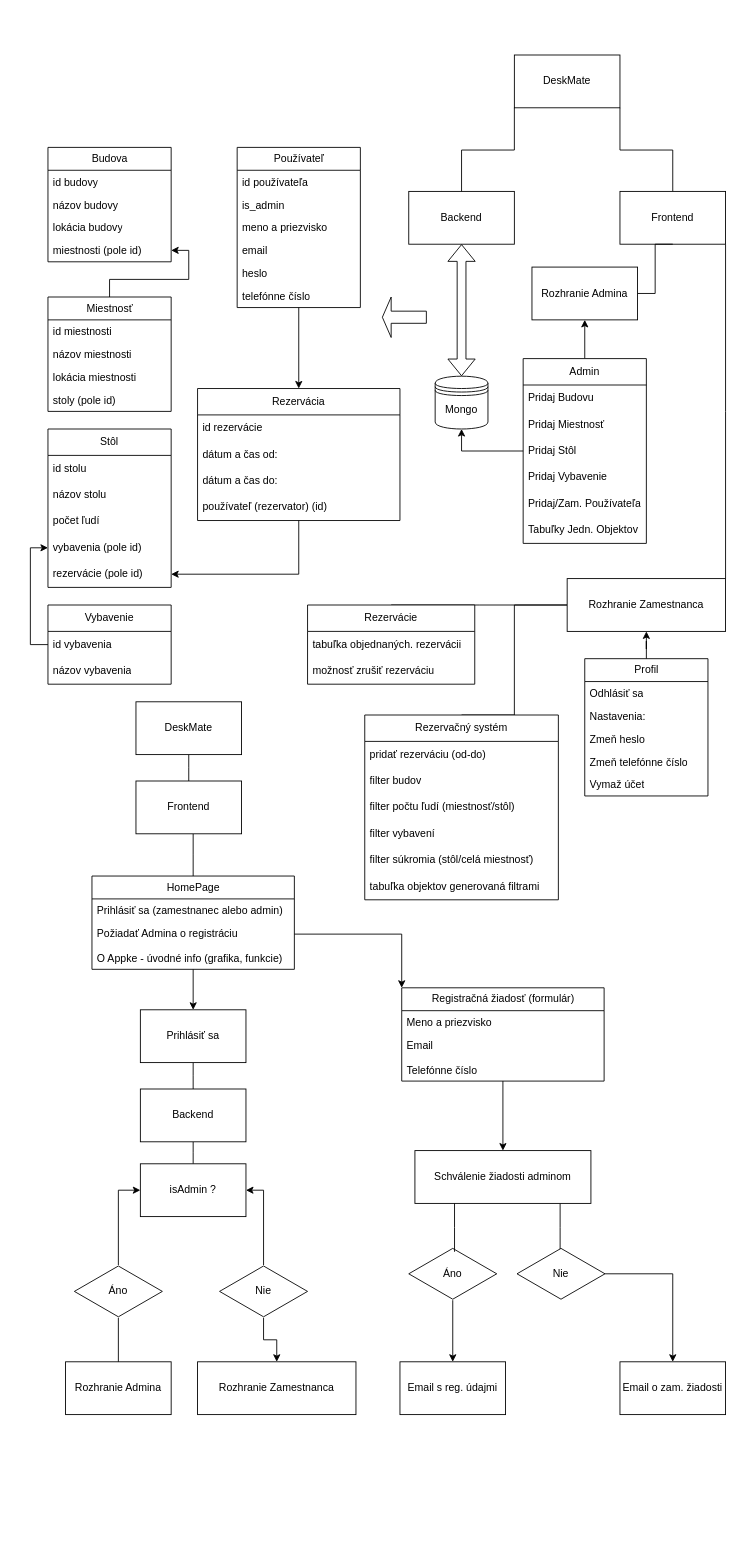
The draw.io diagram DeskMate.drawio in petocjshtml/DeskMate, before the edit. Source tidied: cells renumbered, new cells numbered last; positions are measured from the earlier drawing's top-left corner, leaving out a move shared by most shapes. Both pictures are drawn from the tidied source at 88%, with x=0, y=0 at pixel (48, 55).
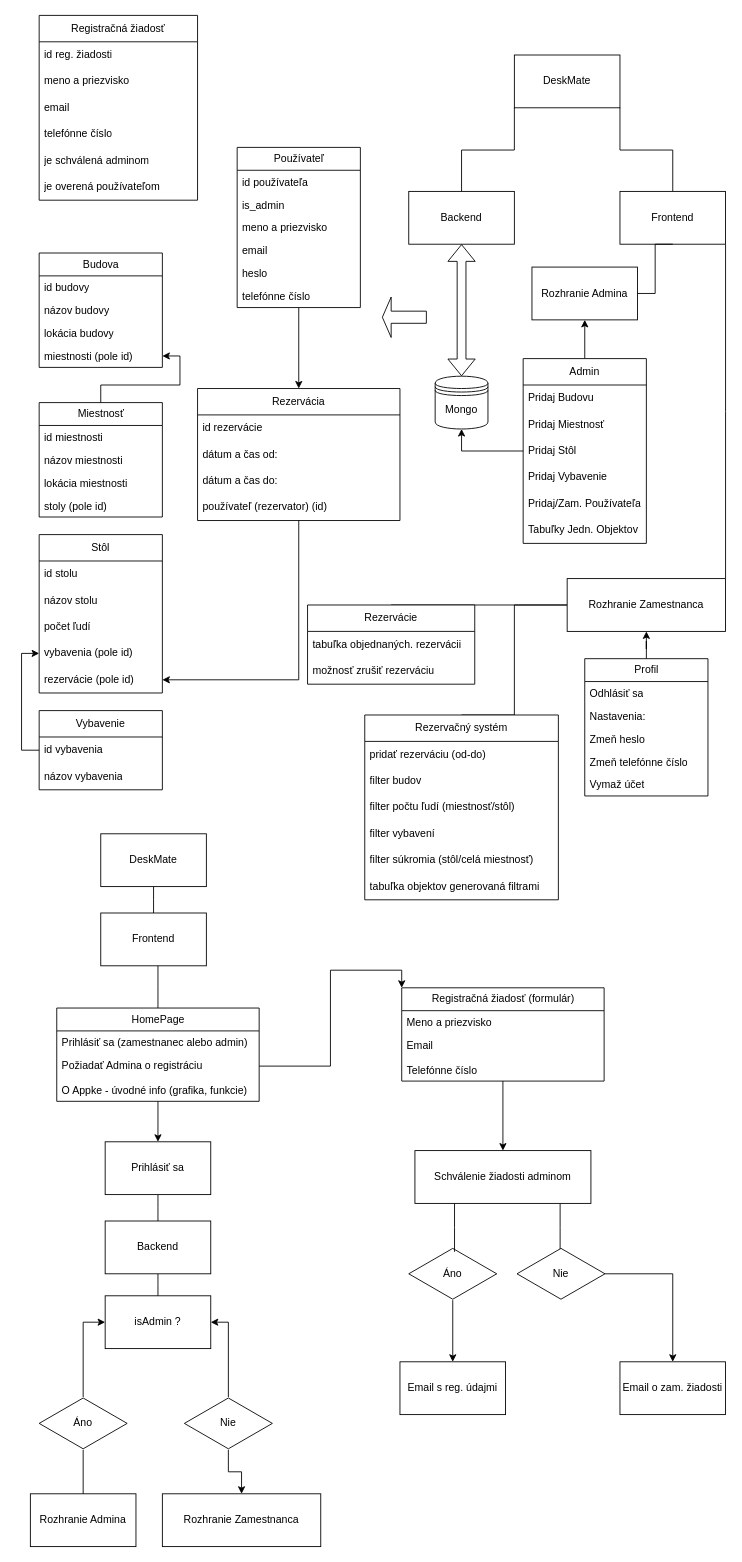
After the change.

Diff of the diagram source:
```diff
@@
     <mxCell id="23" value="Budova" style="swimlane;fontStyle=0;horizontal=1;startSize=26;fillColor=none;html=1;" parent="1" vertex="1">
-      <mxGeometry y="105" width="140" height="130" as="geometry" />
+      <mxGeometry x="-10" y="225" width="140" height="130" as="geometry" />
     </mxCell>
@@
     <mxCell id="25" value="Miestnosť" style="swimlane;fontStyle=0;horizontal=1;startSize=26;fillColor=none;html=1;" parent="1" vertex="1">
-      <mxGeometry y="275" width="140" height="130" as="geometry" />
+      <mxGeometry x="-10" y="395" width="140" height="130" as="geometry" />
     </mxCell>
     <mxCell id="26" value="id budovy" style="text;strokeColor=none;fillColor=none;align=left;verticalAlign=top;spacingLeft=4;spacingRight=4;overflow=hidden;whiteSpace=wrap;html=1;" parent="1" vertex="1">
-      <mxGeometry y="131" width="140" height="26" as="geometry" />
+      <mxGeometry x="-10" y="251" width="140" height="26" as="geometry" />
     </mxCell>
     <mxCell id="27" value="názov budovy" style="text;strokeColor=none;fillColor=none;align=left;verticalAlign=top;spacingLeft=4;spacingRight=4;overflow=hidden;whiteSpace=wrap;html=1;" parent="1" vertex="1">
-      <mxGeometry y="157" width="140" height="26" as="geometry" />
+      <mxGeometry x="-10" y="277" width="140" height="26" as="geometry" />
     </mxCell>
     <mxCell id="28" value="lokácia budovy" style="text;strokeColor=none;fillColor=none;align=left;verticalAlign=top;spacingLeft=4;spacingRight=4;overflow=hidden;whiteSpace=wrap;html=1;" parent="1" vertex="1">
-      <mxGeometry y="183" width="140" height="26" as="geometry" />
+      <mxGeometry x="-10" y="303" width="140" height="26" as="geometry" />
     </mxCell>
     <mxCell id="29" value="miestnosti (pole id)" style="text;strokeColor=none;fillColor=none;align=left;verticalAlign=top;spacingLeft=4;spacingRight=4;overflow=hidden;points=[[0,0.5],[1,0.5]];portConstraint=eastwest;whiteSpace=wrap;html=1;" parent="1" vertex="1">
-      <mxGeometry y="209" width="140" height="26" as="geometry" />
+      <mxGeometry x="-10" y="329" width="140" height="26" as="geometry" />
     </mxCell>
     <mxCell id="30" value="id miestnosti" style="text;strokeColor=none;fillColor=none;align=left;verticalAlign=top;spacingLeft=4;spacingRight=4;overflow=hidden;whiteSpace=wrap;html=1;" parent="1" vertex="1">
-      <mxGeometry y="301" width="140" height="26" as="geometry" />
+      <mxGeometry x="-10" y="421" width="140" height="26" as="geometry" />
     </mxCell>
     <mxCell id="31" value="názov miestnosti" style="text;strokeColor=none;fillColor=none;align=left;verticalAlign=top;spacingLeft=4;spacingRight=4;overflow=hidden;whiteSpace=wrap;html=1;" parent="1" vertex="1">
-      <mxGeometry y="327" width="140" height="26" as="geometry" />
+      <mxGeometry x="-10" y="447" width="140" height="26" as="geometry" />
     </mxCell>
     <mxCell id="32" value="lokácia miestnosti" style="text;strokeColor=none;fillColor=none;align=left;verticalAlign=top;spacingLeft=4;spacingRight=4;overflow=hidden;whiteSpace=wrap;html=1;" parent="1" vertex="1">
-      <mxGeometry y="353" width="140" height="26" as="geometry" />
+      <mxGeometry x="-10" y="473" width="140" height="26" as="geometry" />
     </mxCell>
     <mxCell id="33" value="stoly (pole id)" style="text;strokeColor=none;fillColor=none;align=left;verticalAlign=top;spacingLeft=4;spacingRight=4;overflow=hidden;whiteSpace=wrap;html=1;" parent="1" vertex="1">
-      <mxGeometry y="379" width="140" height="26" as="geometry" />
+      <mxGeometry x="-10" y="499" width="140" height="26" as="geometry" />
     </mxCell>
@@
     <mxCell id="49" value="DeskMate" style="whiteSpace=wrap;html=1;align=center;newEdgeStyle={&quot;edgeStyle&quot;:&quot;elbowEdgeStyle&quot;,&quot;startArrow&quot;:&quot;none&quot;,&quot;endArrow&quot;:&quot;none&quot;};" parent="1" vertex="1">
-      <mxGeometry x="100" y="735" width="120" height="60" as="geometry" />
+      <mxGeometry x="60" y="885" width="120" height="60" as="geometry" />
     </mxCell>
@@
     <mxCell id="51" value="Frontend" style="whiteSpace=wrap;html=1;align=center;newEdgeStyle={&quot;edgeStyle&quot;:&quot;elbowEdgeStyle&quot;,&quot;startArrow&quot;:&quot;none&quot;,&quot;endArrow&quot;:&quot;none&quot;};" parent="1" vertex="1">
-      <mxGeometry x="100" y="825" width="120" height="60" as="geometry" />
+      <mxGeometry x="60" y="975" width="120" height="60" as="geometry" />
     </mxCell>
@@
     <mxCell id="60" value="HomePage" style="swimlane;fontStyle=0;horizontal=1;startSize=26;fillColor=none;html=1;" parent="1" vertex="1">
-      <mxGeometry x="50" y="933" width="230" height="106" as="geometry" />
+      <mxGeometry x="10" y="1083" width="230" height="106" as="geometry" />
     </mxCell>
@@
     <mxCell id="84" value="Prihlásiť sa" style="whiteSpace=wrap;html=1;align=center;newEdgeStyle={&quot;edgeStyle&quot;:&quot;elbowEdgeStyle&quot;,&quot;startArrow&quot;:&quot;none&quot;,&quot;endArrow&quot;:&quot;none&quot;};" parent="1" vertex="1">
-      <mxGeometry x="105" y="1085" width="120" height="60" as="geometry" />
+      <mxGeometry x="65" y="1235" width="120" height="60" as="geometry" />
     </mxCell>
@@
     <mxCell id="86" value="Backend" style="whiteSpace=wrap;html=1;align=center;newEdgeStyle={&quot;edgeStyle&quot;:&quot;elbowEdgeStyle&quot;,&quot;startArrow&quot;:&quot;none&quot;,&quot;endArrow&quot;:&quot;none&quot;};" parent="1" vertex="1">
-      <mxGeometry x="105" y="1175" width="120" height="60" as="geometry" />
+      <mxGeometry x="65" y="1325" width="120" height="60" as="geometry" />
     </mxCell>
     <mxCell id="87" value="isAdmin ?" style="whiteSpace=wrap;html=1;align=center;newEdgeStyle={&quot;edgeStyle&quot;:&quot;elbowEdgeStyle&quot;,&quot;startArrow&quot;:&quot;none&quot;,&quot;endArrow&quot;:&quot;none&quot;};" parent="1" vertex="1">
-      <mxGeometry x="105" y="1260" width="120" height="60" as="geometry" />
+      <mxGeometry x="65" y="1410" width="120" height="60" as="geometry" />
     </mxCell>
     <mxCell id="88" style="group;" parent="1" vertex="1">
-      <mxGeometry x="30" y="1375" width="100" height="60" as="geometry" />
+      <mxGeometry x="-10" y="1525" width="100" height="60" as="geometry" />
     </mxCell>
@@
     <mxCell id="91" style="group;" parent="1" vertex="1">
-      <mxGeometry x="195" y="1375" width="100" height="60" as="geometry" />
+      <mxGeometry x="155" y="1525" width="100" height="60" as="geometry" />
     </mxCell>
@@
     <mxCell id="95" value="Rozhranie Admina" style="whiteSpace=wrap;html=1;align=center;newEdgeStyle={&quot;edgeStyle&quot;:&quot;elbowEdgeStyle&quot;,&quot;startArrow&quot;:&quot;none&quot;,&quot;endArrow&quot;:&quot;none&quot;};" parent="1" vertex="1">
-      <mxGeometry x="20" y="1485" width="120" height="60" as="geometry" />
+      <mxGeometry x="-20" y="1635" width="120" height="60" as="geometry" />
     </mxCell>
@@
     <mxCell id="97" value="Rozhranie Zamestnanca" style="whiteSpace=wrap;html=1;align=center;newEdgeStyle={&quot;edgeStyle&quot;:&quot;elbowEdgeStyle&quot;,&quot;startArrow&quot;:&quot;none&quot;,&quot;endArrow&quot;:&quot;none&quot;};" parent="1" vertex="1">
-      <mxGeometry x="170" y="1485" width="180" height="60" as="geometry" />
+      <mxGeometry x="130" y="1635" width="180" height="60" as="geometry" />
     </mxCell>
@@
     <mxCell id="100" value="Stôl" style="swimlane;fontStyle=0;horizontal=1;startSize=30;whiteSpace=wrap;html=1;" parent="1" vertex="1">
-      <mxGeometry y="425" width="140" height="180" as="geometry" />
+      <mxGeometry x="-10" y="545" width="140" height="180" as="geometry" />
     </mxCell>
@@
     <mxCell id="106" value="Vybavenie" style="swimlane;fontStyle=0;horizontal=1;startSize=30;whiteSpace=wrap;html=1;" parent="1" vertex="1">
-      <mxGeometry y="625" width="140" height="90" as="geometry" />
+      <mxGeometry x="-10" y="745" width="140" height="90" as="geometry" />
     </mxCell>
@@
+    <mxCell id="126" value="Registračná žiadosť" style="swimlane;fontStyle=0;horizontal=1;startSize=30;whiteSpace=wrap;html=1;" parent="1" vertex="1">
+      <mxGeometry x="-10" y="-45" width="180" height="210" as="geometry" />
+    </mxCell>
+    <mxCell id="127" value="id reg. žiadosti" style="text;strokeColor=none;fillColor=none;align=left;verticalAlign=middle;spacingLeft=4;spacingRight=4;overflow=hidden;whiteSpace=wrap;html=1;" parent="126" vertex="1">
+      <mxGeometry y="30" width="180" height="30" as="geometry" />
+    </mxCell>
+    <mxCell id="128" value="meno a priezvisko" style="text;strokeColor=none;fillColor=none;align=left;verticalAlign=middle;spacingLeft=4;spacingRight=4;overflow=hidden;whiteSpace=wrap;html=1;" parent="126" vertex="1">
+      <mxGeometry y="60" width="180" height="30" as="geometry" />
+    </mxCell>
+    <mxCell id="129" value="email" style="text;strokeColor=none;fillColor=none;align=left;verticalAlign=middle;spacingLeft=4;spacingRight=4;overflow=hidden;whiteSpace=wrap;html=1;" parent="126" vertex="1">
+      <mxGeometry y="90" width="180" height="30" as="geometry" />
+    </mxCell>
+    <mxCell id="130" value="telefónne číslo" style="text;strokeColor=none;fillColor=none;align=left;verticalAlign=middle;spacingLeft=4;spacingRight=4;overflow=hidden;whiteSpace=wrap;html=1;" parent="126" vertex="1">
+      <mxGeometry y="120" width="180" height="30" as="geometry" />
+    </mxCell>
+    <mxCell id="131" value="je schválená adminom" style="text;strokeColor=none;fillColor=none;align=left;verticalAlign=middle;spacingLeft=4;spacingRight=4;overflow=hidden;whiteSpace=wrap;html=1;" parent="126" vertex="1">
+      <mxGeometry y="150" width="180" height="30" as="geometry" />
+    </mxCell>
+    <mxCell id="132" value="je overená používateľom" style="text;strokeColor=none;fillColor=none;align=left;verticalAlign=middle;spacingLeft=4;spacingRight=4;overflow=hidden;whiteSpace=wrap;html=1;" parent="126" vertex="1">
+      <mxGeometry y="180" width="180" height="30" as="geometry" />
+    </mxCell>
```
